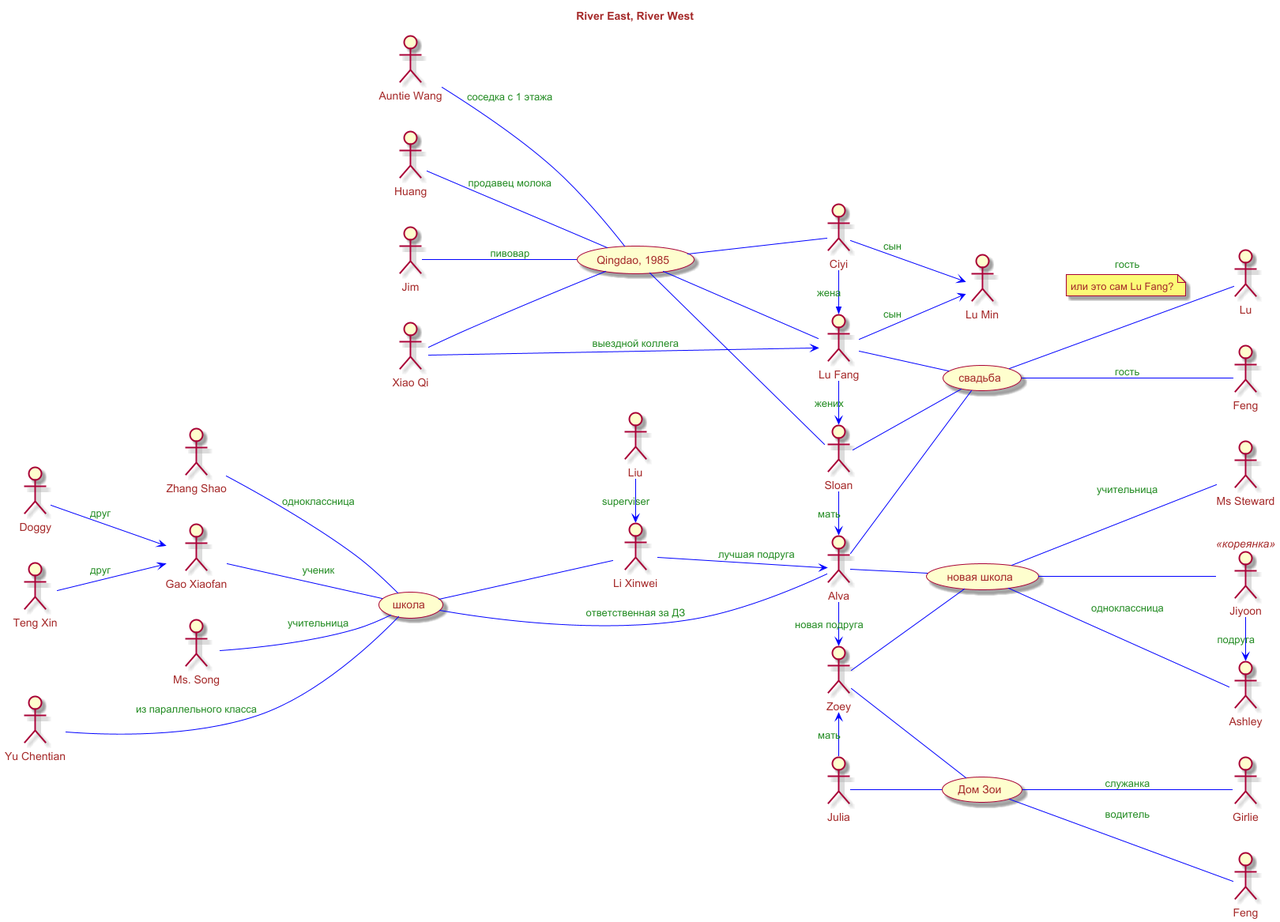
Above: River East, River West/river-River_East__River_West.png in olek3/reading (PlantUML), before the change.
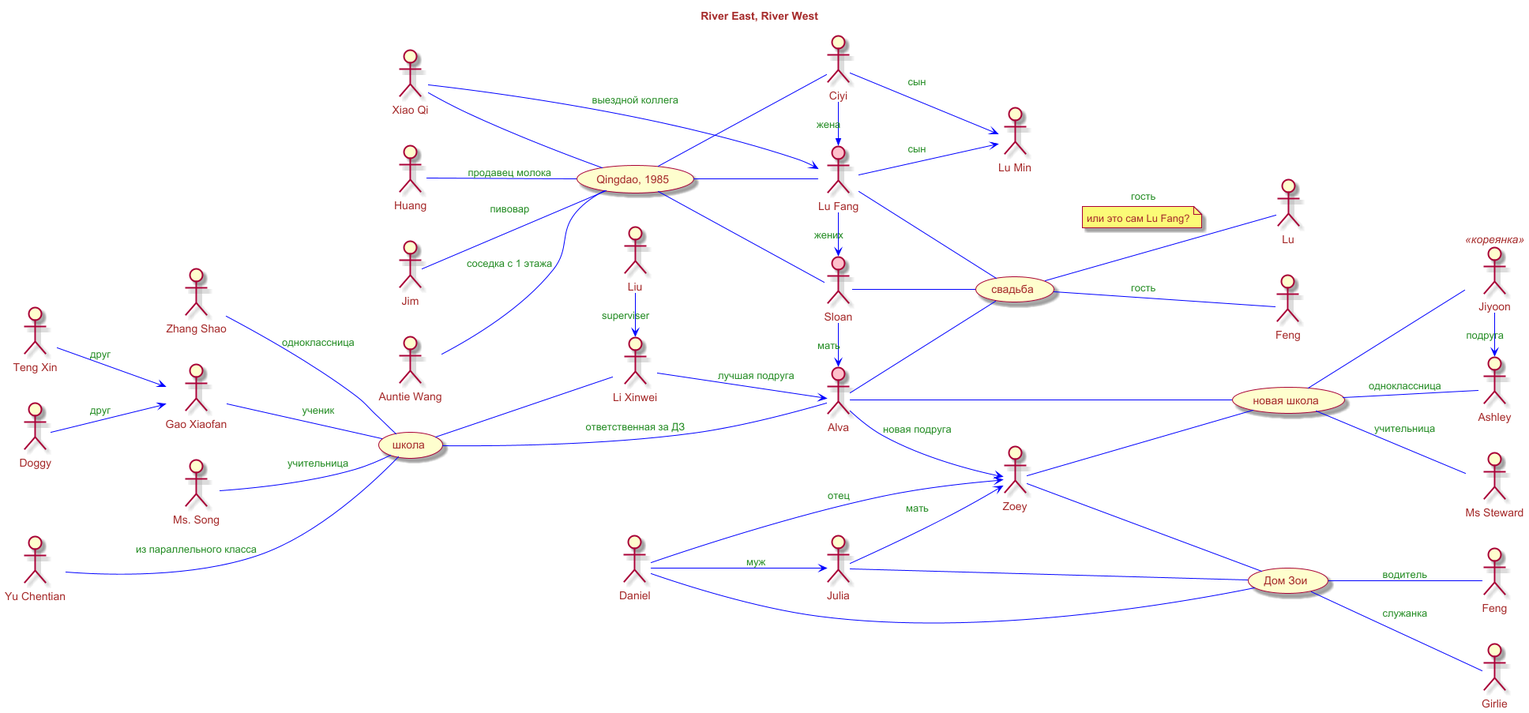
Later version of the same file.

Commit message:
отец Зои

Diff of the diagram source:
```diff
@@ -9,11 +9,11 @@
 
 title River East, River West
 
-:Sloan:
+:Sloan: #pink
 
-:Alva:
+:Alva: #pink
 
-:Lu Fang: as Fang
+:Lu Fang: as Fang #pink
 
 :Li Xinwei: as Li
 
@@ -104,7 +104,7 @@
 
 :Zoey: as Zoey
 
-Alva -> Zoey : новая подруга
+Alva --> Zoey : новая подруга
 
 Zoey -- new_school
 
@@ -122,7 +122,7 @@
 :Julia: as Julia
 :Girlie: as girlie
 
-Zoey <- Julia : мать
+Julia --> Zoey : мать
 
 Julia -- zoey_home
 
@@ -131,6 +131,10 @@
 
 korean -> Ashley : подруга
 
+:Daniel: as Daniel
 
+Daniel -- zoey_home
+Daniel --> Zoey : отец
+Daniel --> Julia : муж
 
 @enduml
```
